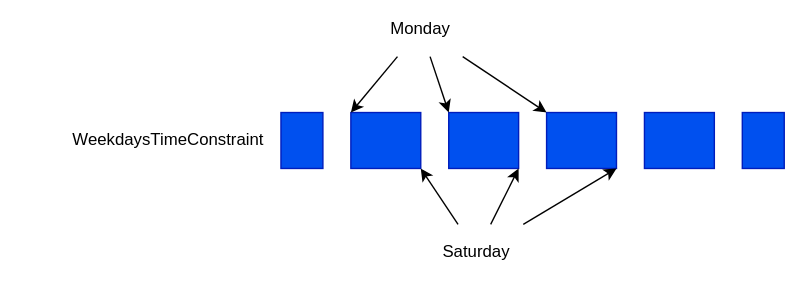
yolisses/time-constraints keeps this draw.io diagram as src/constraint/WeekdaysTimeConstraint.drawio.svg. Above is the earlier version. Source tidied: cells renumbered, new cells last; positions are measured from the earlier drawing's top-left corner, leaving out a move shared by most shapes.
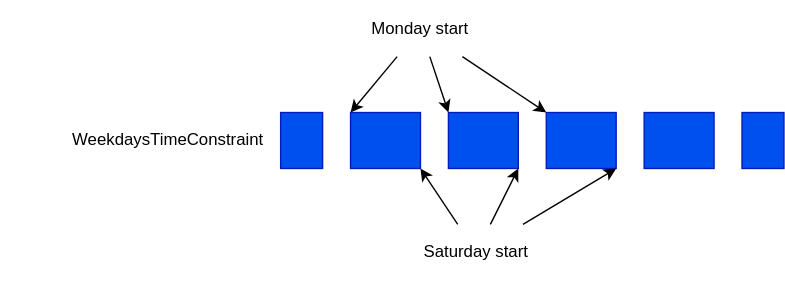
The same diagram one commit later.

Commit message:
Update WeekdaysTimeConstraint drawing

Diff of the diagram source:
```diff
@@ -29,8 +29,8 @@
     <mxCell id="10" style="edgeStyle=none;html=1;entryX=0;entryY=0;entryDx=0;entryDy=0;" parent="1" edge="1" source="11" target="5">
       <mxGeometry relative="1" as="geometry" />
     </mxCell>
-    <mxCell id="11" value="Monday" style="text;strokeColor=none;align=center;fillColor=none;html=1;verticalAlign=middle;whiteSpace=wrap;rounded=0;" parent="1" vertex="1">
-      <mxGeometry x="260" width="80" height="40" as="geometry" />
+    <mxCell id="11" value="Monday start" style="text;strokeColor=none;align=center;fillColor=none;html=1;verticalAlign=middle;whiteSpace=wrap;rounded=0;" parent="1" vertex="1">
+      <mxGeometry x="240" width="120" height="40" as="geometry" />
     </mxCell>
     <mxCell id="12" style="edgeStyle=none;html=1;entryX=1;entryY=1;entryDx=0;entryDy=0;" parent="1" edge="1" source="15" target="3">
       <mxGeometry relative="1" as="geometry" />
@@ -41,8 +41,8 @@
     <mxCell id="14" style="edgeStyle=none;html=1;entryX=1;entryY=1;entryDx=0;entryDy=0;" parent="1" edge="1" source="15" target="5">
       <mxGeometry relative="1" as="geometry" />
     </mxCell>
-    <mxCell id="15" value="Saturday" style="text;strokeColor=none;align=center;fillColor=none;html=1;verticalAlign=middle;whiteSpace=wrap;rounded=0;" parent="1" vertex="1">
-      <mxGeometry x="300" y="160" width="80" height="40" as="geometry" />
+    <mxCell id="15" value="Saturday start" style="text;strokeColor=none;align=center;fillColor=none;html=1;verticalAlign=middle;whiteSpace=wrap;rounded=0;" parent="1" vertex="1">
+      <mxGeometry x="280" y="160" width="120" height="40" as="geometry" />
     </mxCell>
     <mxCell id="16" value="WeekdaysTimeConstraint" style="text;strokeColor=none;align=right;fillColor=none;html=1;verticalAlign=middle;whiteSpace=wrap;rounded=0;spacingRight=10;" parent="1" vertex="1">
       <mxGeometry y="80" width="200" height="40" as="geometry" />
```
